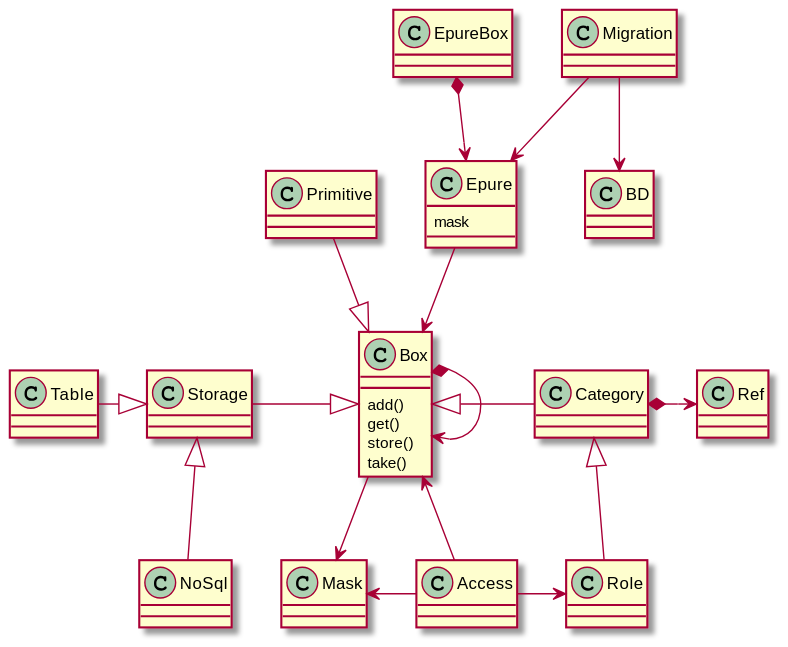
Before: out/epure.svg, a diagram exported from PlantUML (nagvalhm/epure). The source it was exported from:
```plantuml
@startuml

class Epure{
    mask
}

class Box{
    add()
    get()
    store()
    take()
}

EpureBox *--> Epure
Epure --> Box
Box <|-up- Primitive


Box *--> Box
Box <|-left- Storage
Storage <|-left- Table
Storage <|-- NoSql

Category *-right-> Ref
Box <|-right- Category
Box --> Mask



Category <|-- Role
    Access -right-> Role
    Access -left-> Mask
    Access -up-> Box

Migration --> BD
Migration --> Epure
@enduml
```
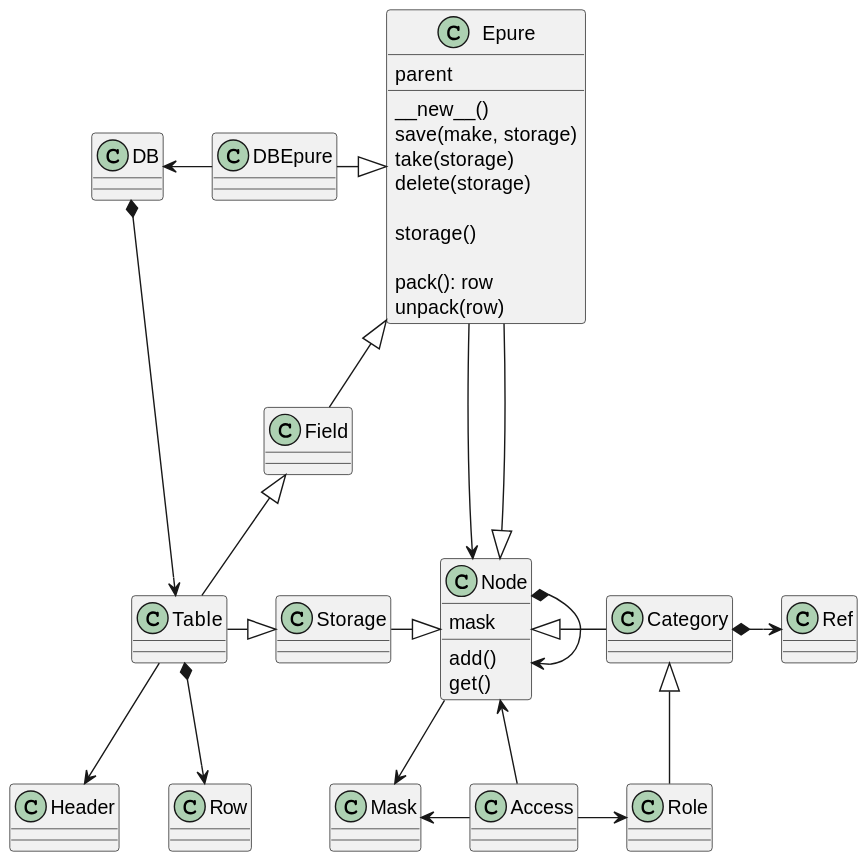
The same diagram one commit later.

Commit message:
strage uml

The edit, as a diff of the source:
```diff
@@ -1,37 +1,49 @@
 @startuml
 
 class Epure{
+    parent
+    __new__()
+    save(make, storage)
+    take(storage)
+    delete(storage)
+
+    storage()
+
+    pack(): row
+    unpack(row)
+}
+
+class Node{
+    add()
+    get()
     mask
 }
 
-class Box{
-    add()
-    get()
-    store()
-    take()
-}
-
-EpureBox *--> Epure
-Epure --> Box
-Box <|-up- Primitive
+Epure --> Node
 
 
-Box *--> Box
-Box <|-left- Storage
+Node *--> Node
+Node <|-left- Storage
 Storage <|-left- Table
-Storage <|-- NoSql
+
+Epure --|> Node
+Epure <|-left- DBEpure
+Field -up-|> Epure
+DBEpure -left-> DB
+Field <|-- Table
+DB *--> Table
+Table --> Header
+Table *--> Row
 
 Category *-right-> Ref
-Box <|-right- Category
-Box --> Mask
+Node <|-right- Category
+Node --> Mask
 
 
 
 Category <|-- Role
     Access -right-> Role
     Access -left-> Mask
-    Access -up-> Box
+    Access -up-> Node
 
-Migration --> BD
-Migration --> Epure
 @enduml
```
